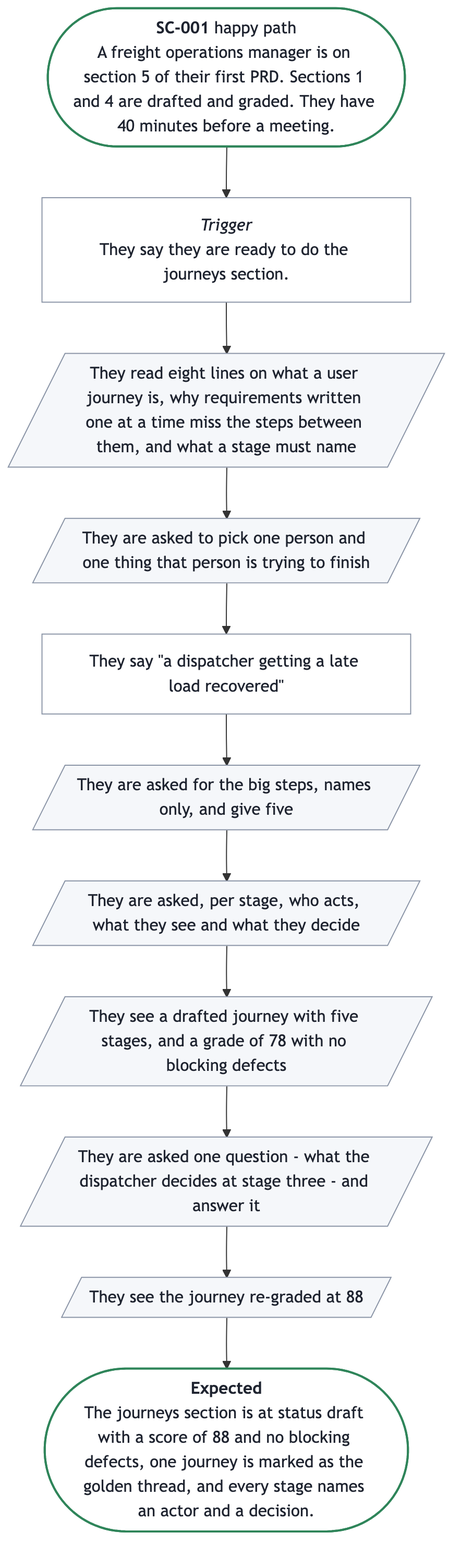
Before: docs/prd/prd-forge/diagrams/SC-001.png, a diagram exported from Mermaid (SpillwaveSolutions/prd-forge). Its source is kept beside it as docs/prd/prd-forge/diagrams/SC-001.mmd. The source it was exported from:
```mermaid
%%{init: {"flowchart": {"wrappingWidth": 300}}}%%
flowchart TB
  start(["<b>SC-001</b> happy path<br/>A freight operations manager is on section 5 of their first PRD. Sections 1 and 4 are drafted and graded. They have 40 minutes before a meeting."])
  trigger["<i>Trigger</i><br/>They say they are ready to do the journeys section."]
  s0[/"They read eight lines on what a user journey is, why requirements written one at a time miss the steps between them, and what a stage must name"/]
  s1[/"They are asked to pick one person and one thing that person is trying to finish"/]
  s2["They say #quot;a dispatcher getting a late load recovered#quot;"]
  s3[/"They are asked for the big steps, names only, and give five"/]
  s4[/"They are asked, per stage, who acts, what they see and what they decide"/]
  s5[/"They see a drafted journey with five stages, and a grade of 78 with no blocking defects"/]
  s6[/"They are asked one question - what the dispatcher decides at stage three - and answer it"/]
  s7[/"They see the journey re-graded at 88"/]
  done(["<b>Expected</b><br/>The journeys section is at status draft with a score of 88 and no blocking defects, one journey is marked as the golden thread, and every stage names an actor and a decision."])
  start --> trigger --> s0 --> s1 --> s2 --> s3 --> s4 --> s5 --> s6 --> s7 --> done
  classDef ends fill:#FFFFFF,stroke:#2F855A,stroke-width:2px,color:#1F2430
  classDef sees fill:#F5F7FA,stroke:#8A94A6,color:#1F2430
  classDef does fill:#FFFFFF,stroke:#8A94A6,color:#1F2430
  class start,done ends
  class s0 sees
  class s1 sees
  class s2 does
  class s3 sees
  class s4 sees
  class s5 sees
  class s6 sees
  class s7 sees
  class trigger does
```
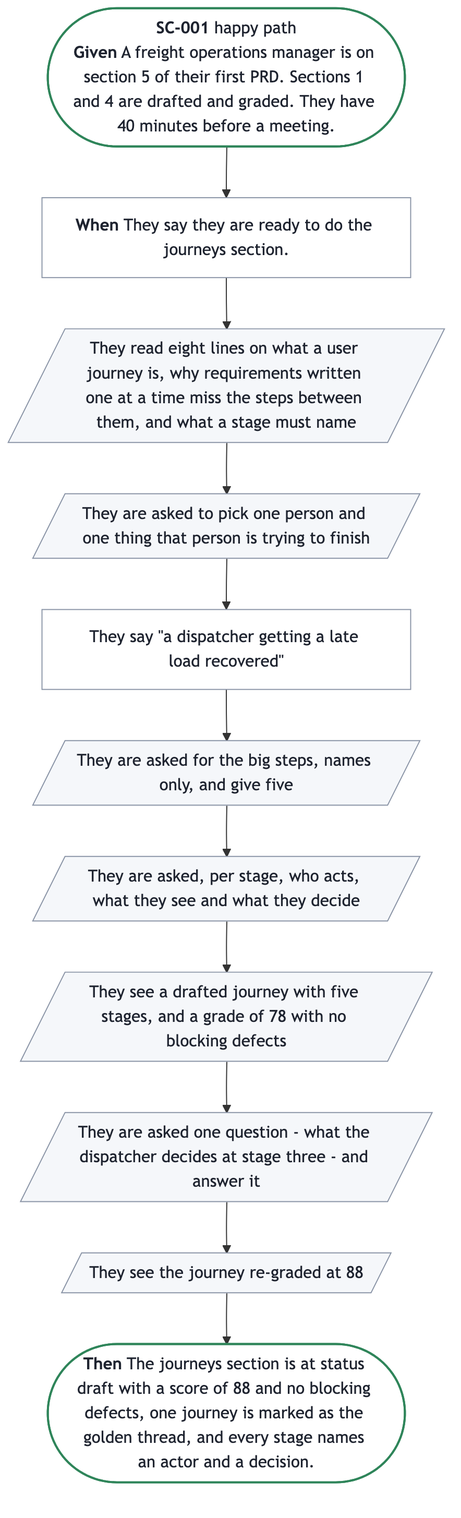
Later version of the same file.

Change to the diagram source:
```diff
@@ -1,7 +1,7 @@
 %%{init: {"flowchart": {"wrappingWidth": 300}}}%%
 flowchart TB
-  start(["<b>SC-001</b> happy path<br/>A freight operations manager is on section 5 of their first PRD. Sections 1 and 4 are drafted and graded. They have 40 minutes before a meeting."])
-  trigger["<i>Trigger</i><br/>They say they are ready to do the journeys section."]
+  start(["<b>SC-001</b> happy path<br/><b>Given</b> A freight operations manager is on section 5 of their first PRD. Sections 1 and 4 are drafted and graded. They have 40 minutes before a meeting."])
+  trigger["<b>When</b> They say they are ready to do the journeys section."]
   s0[/"They read eight lines on what a user journey is, why requirements written one at a time miss the steps between them, and what a stage must name"/]
   s1[/"They are asked to pick one person and one thing that person is trying to finish"/]
   s2["They say #quot;a dispatcher getting a late load recovered#quot;"]
@@ -10,7 +10,7 @@
   s5[/"They see a drafted journey with five stages, and a grade of 78 with no blocking defects"/]
   s6[/"They are asked one question - what the dispatcher decides at stage three - and answer it"/]
   s7[/"They see the journey re-graded at 88"/]
-  done(["<b>Expected</b><br/>The journeys section is at status draft with a score of 88 and no blocking defects, one journey is marked as the golden thread, and every stage names an actor and a decision."])
+  done(["<b>Then</b> The journeys section is at status draft with a score of 88 and no blocking defects, one journey is marked as the golden thread, and every stage names an actor and a decision."])
   start --> trigger --> s0 --> s1 --> s2 --> s3 --> s4 --> s5 --> s6 --> s7 --> done
   classDef ends fill:#FFFFFF,stroke:#2F855A,stroke-width:2px,color:#1F2430
   classDef sees fill:#F5F7FA,stroke:#8A94A6,color:#1F2430
```
